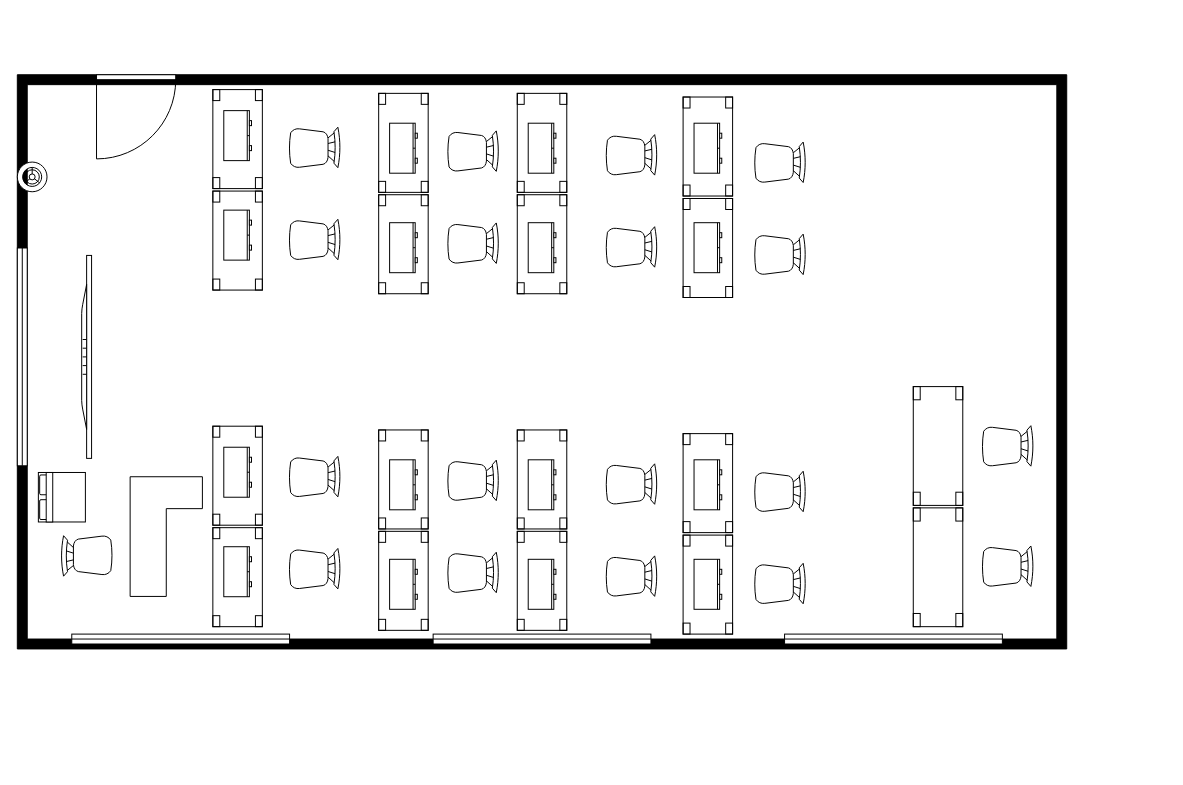
This is Diagram bez názvu.drawio from wrexik/skola, a draw.io file, before an edit. Source tidied: cells renumbered, new cells numbered last; positions are measured from the earlier drawing's top-left corner, leaving out a move shared by most shapes. Both pictures are drawn from the tidied source at 99%, with x=0, y=0 at pixel (-15, 74).
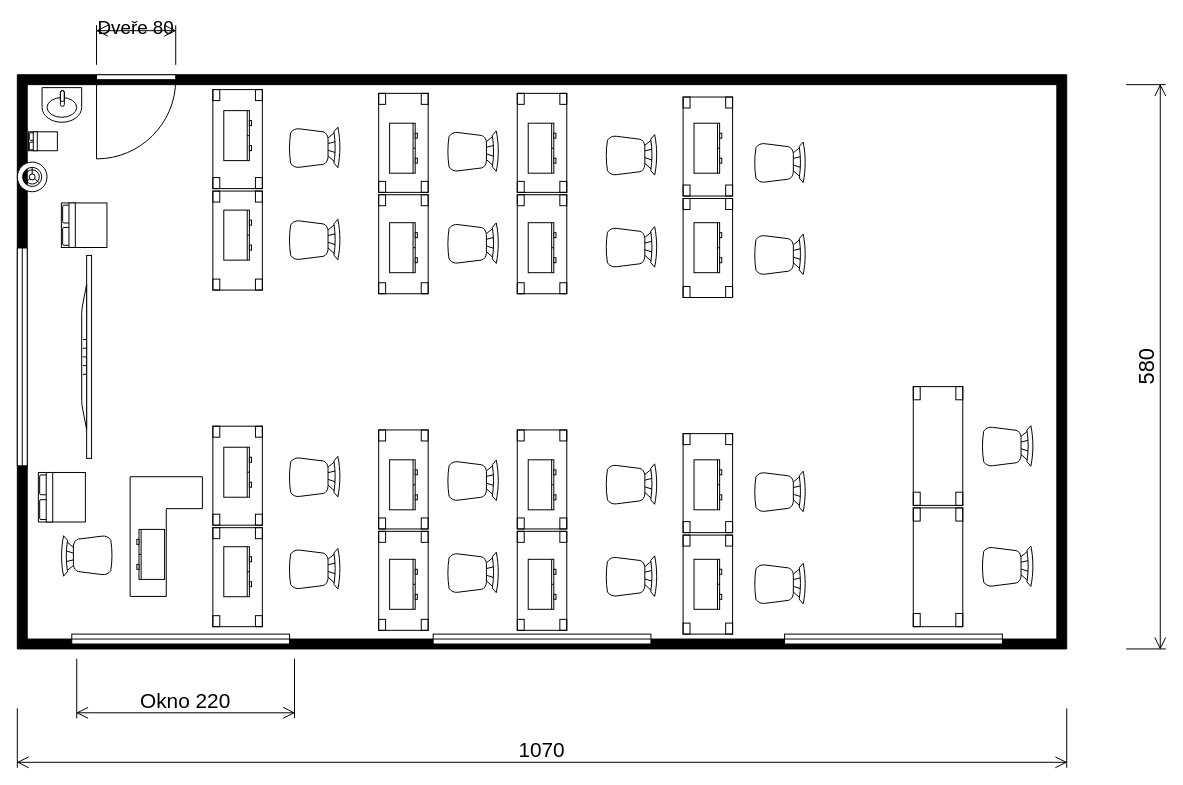
Above is the later version.

Change to the diagram source:
```diff
@@
+    <mxCell id="65" style="verticalLabelPosition=bottom;html=1;verticalAlign=top;align=center;shape=mxgraph.floorplan.dresser;rotation=90;" parent="1" vertex="1">
+      <mxGeometry x="141.5" y="470.5" width="50.5" height="28" as="geometry" />
+    </mxCell>
+    <mxCell id="66" style="verticalLabelPosition=bottom;html=1;verticalAlign=top;align=center;shape=mxgraph.floorplan.sink_1;" parent="1" vertex="1">
+      <mxGeometry x="57" y="13" width="40" height="35" as="geometry" />
+    </mxCell>
+    <mxCell id="67" style="verticalLabelPosition=bottom;html=1;verticalAlign=top;align=center;shape=mxgraph.floorplan.bed_double;rotation=-90;" parent="1" vertex="1">
+      <mxGeometry x="48.3" y="52.6" width="19.1" height="29.2" as="geometry" />
+    </mxCell>
+    <mxCell id="68" style="verticalLabelPosition=bottom;html=1;verticalAlign=top;align=center;shape=mxgraph.floorplan.bed_double;rotation=-90;" parent="1" vertex="1">
+      <mxGeometry x="77" y="129" width="45" height="46" as="geometry" />
+    </mxCell>
+    <mxCell id="69" value="&lt;font style=&quot;font-size: 21px;&quot;&gt;Okno 220&lt;/font&gt;" style="shape=dimension;whiteSpace=wrap;html=1;align=center;verticalAlign=bottom;spacingBottom=3;labelBackgroundColor=none;" parent="1" vertex="1">
+      <mxGeometry x="92" y="590" width="220" height="60" as="geometry" />
+    </mxCell>
+    <mxCell id="70" value="&lt;span style=&quot;font-size: 21px;&quot;&gt;1070&lt;/span&gt;" style="shape=dimension;whiteSpace=wrap;html=1;align=center;verticalAlign=bottom;spacingBottom=3;labelBackgroundColor=none;" parent="1" vertex="1">
+      <mxGeometry x="32" y="640" width="1060" height="60" as="geometry" />
+    </mxCell>
+    <mxCell id="71" value="&lt;font style=&quot;font-size: 22px;&quot;&gt;580&lt;/font&gt;" style="shape=dimension;direction=north;whiteSpace=wrap;html=1;align=center;verticalAlign=bottom;labelBackgroundColor=none;horizontal=0;spacingBottom=3;" parent="1" vertex="1">
+      <mxGeometry x="1152" y="10" width="40" height="570" as="geometry" />
+    </mxCell>
+    <mxCell id="72" value="&lt;font style=&quot;font-size: 19px;&quot;&gt;Dveře 80&lt;/font&gt;" style="shape=dimension;direction=west;whiteSpace=wrap;html=1;align=center;verticalAlign=top;spacingTop=-15;labelBackgroundColor=none;" parent="1" vertex="1">
+      <mxGeometry x="112" y="-50" width="80" height="40" as="geometry" />
+    </mxCell>
```
